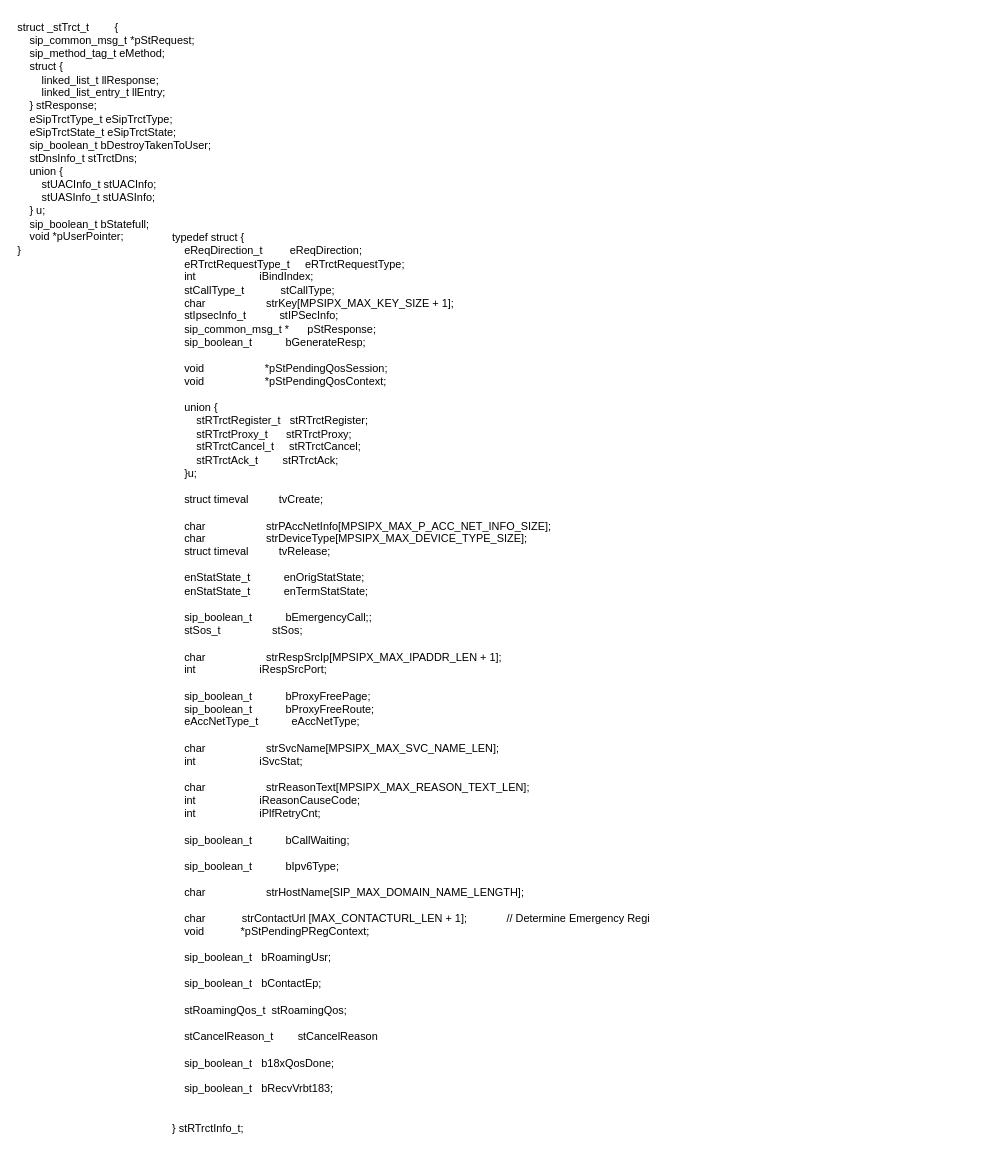
The draw.io diagram 구조체 정리.drawio in JaeHyeon774/NEWTIL, before the edit. Source tidied: cells renumbered, new cells numbered last; positions are measured from the earlier drawing's top-left corner, leaving out a move shared by most shapes. Both pictures are drawn from the tidied source at 91%, with x=0, y=0 at pixel (15, 15).
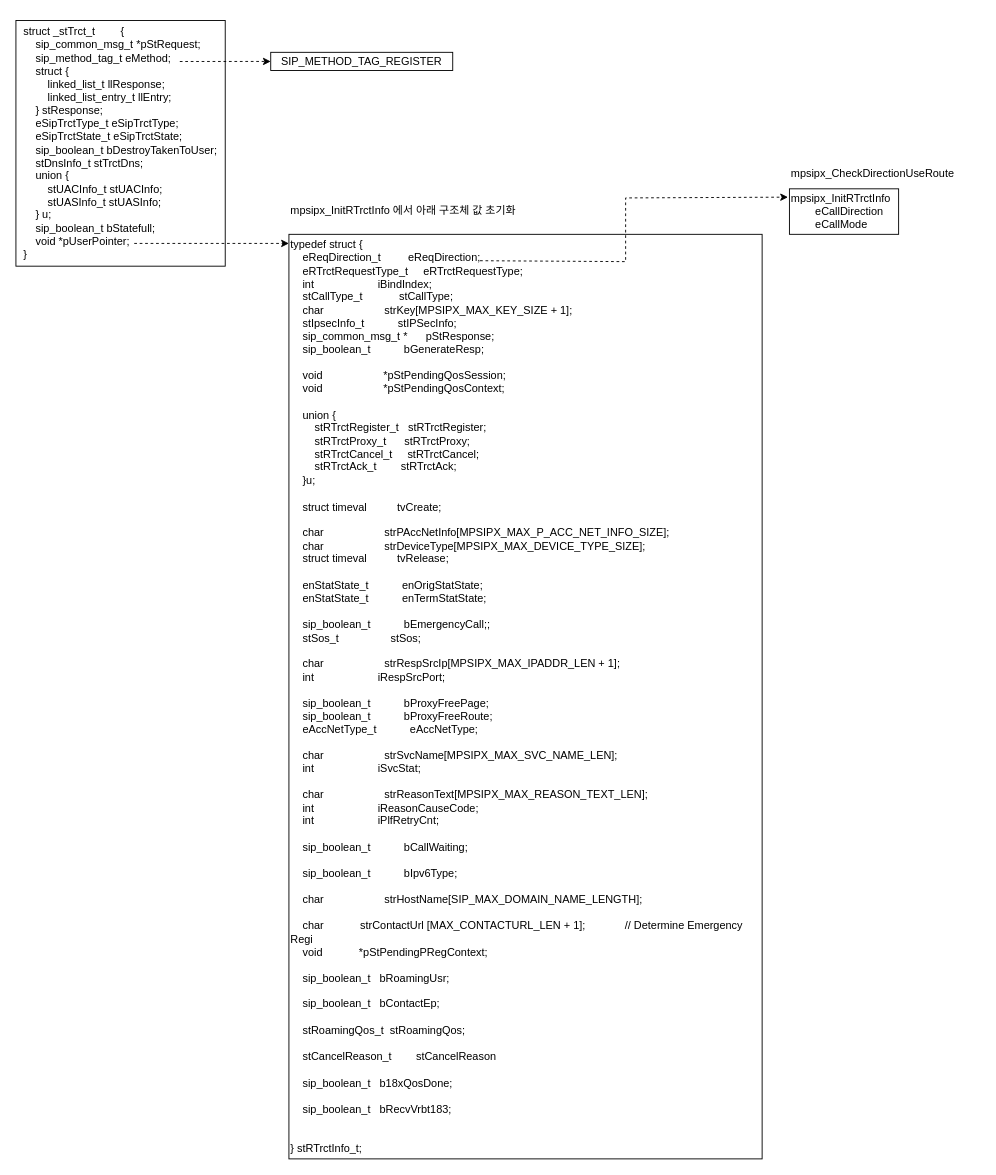
After the change.

Commit message (it also covers changes not shown here):
구조체 정리.drawio 업데이트

Diff of the diagram source:
```diff
@@
 <mxGraphModel>
   <root>
     <mxCell id="0" />
     <mxCell id="1" parent="0" />
+    <mxCell id="3" value="&lt;div style=&quot;text-align: left;&quot;&gt;struct _stTrct_t&lt;span style=&quot;white-space: pre;&quot;&gt;&#9;&lt;/span&gt;{&lt;/div&gt;&lt;div style=&quot;text-align: left;&quot;&gt;&amp;nbsp; &amp;nbsp; sip_common_msg_t *pStRequest;&lt;/div&gt;&lt;div style=&quot;text-align: left;&quot;&gt;&amp;nbsp; &amp;nbsp; sip_method_tag_t eMethod;&lt;/div&gt;&lt;div style=&quot;text-align: left;&quot;&gt;&amp;nbsp; &amp;nbsp; struct {&lt;/div&gt;&lt;div style=&quot;text-align: left;&quot;&gt;&amp;nbsp; &amp;nbsp; &amp;nbsp; &amp;nbsp;&lt;span style=&quot;white-space: pre;&quot;&gt;&#9;&lt;/span&gt;linked_list_t llResponse;&lt;/div&gt;&lt;div style=&quot;text-align: left;&quot;&gt;&amp;nbsp; &amp;nbsp; &amp;nbsp; &amp;nbsp;&lt;span style=&quot;white-space: pre;&quot;&gt;&#9;&lt;/span&gt;linked_list_entry_t llEntry;&lt;/div&gt;&lt;div style=&quot;text-align: left;&quot;&gt;&amp;nbsp; &amp;nbsp; } stResponse;&lt;/div&gt;&lt;div style=&quot;text-align: left;&quot;&gt;&amp;nbsp; &amp;nbsp; eSipTrctType_t eSipTrctType;&lt;/div&gt;&lt;div style=&quot;text-align: left;&quot;&gt;&amp;nbsp; &amp;nbsp; eSipTrctState_t eSipTrctState;&lt;/div&gt;&lt;div style=&quot;text-align: left;&quot;&gt;&amp;nbsp; &amp;nbsp; sip_boolean_t bDestroyTakenToUser;&lt;/div&gt;&lt;div style=&quot;text-align: left;&quot;&gt;&amp;nbsp; &amp;nbsp; stDnsInfo_t stTrctDns;&lt;/div&gt;&lt;div style=&quot;text-align: left;&quot;&gt;&amp;nbsp; &amp;nbsp; union {&lt;/div&gt;&lt;div style=&quot;text-align: left;&quot;&gt;&amp;nbsp; &amp;nbsp; &amp;nbsp; &amp;nbsp;&lt;span style=&quot;white-space: pre;&quot;&gt;&#9;&lt;/span&gt;stUACInfo_t stUACInfo;&lt;/div&gt;&lt;div style=&quot;text-align: left;&quot;&gt;&amp;nbsp; &amp;nbsp; &amp;nbsp; &amp;nbsp;&lt;span style=&quot;white-space: pre;&quot;&gt;&#9;&lt;/span&gt;stUASInfo_t stUASInfo;&lt;/div&gt;&lt;div style=&quot;text-align: left;&quot;&gt;&amp;nbsp; &amp;nbsp; } u;&lt;/div&gt;&lt;div style=&quot;text-align: left;&quot;&gt;&amp;nbsp; &amp;nbsp; sip_boolean_t bStatefull;&lt;/div&gt;&lt;div style=&quot;text-align: left;&quot;&gt;&amp;nbsp; &amp;nbsp; void *pUserPointer;&lt;/div&gt;&lt;div style=&quot;text-align: left;&quot;&gt;}&lt;/div&gt;" style="rounded=0;whiteSpace=wrap;html=1;" parent="1" vertex="1">
+      <mxGeometry y="5" width="230" height="270" as="geometry" />
+    </mxCell>
-    <mxCell id="2" value="typedef struct {&#10;    eReqDirection_t         eReqDirection;&#10;    eRTrctRequestType_t     eRTrctRequestType;&#10;    int                     iBindIndex;&#10;    stCallType_t            stCallType;&#10;    char                    strKey[MPSIPX_MAX_KEY_SIZE + 1];&#10;    stIpsecInfo_t           stIPSecInfo;&#10;    sip_common_msg_t *      pStResponse;&#10;    sip_boolean_t           bGenerateResp;&#10;&#10;    void                    *pStPendingQosSession;&#10;    void                    *pStPendingQosContext;&#10;&#10;    union {&#10;        stRTrctRegister_t   stRTrctRegister;&#10;        stRTrctProxy_t      stRTrctProxy;&#10;        stRTrctCancel_t     stRTrctCancel;&#10;        stRTrctAck_t        stRTrctAck;&#10;    }u;&#10;&#10;    struct timeval          tvCreate;&#10;&#10;    char                    strPAccNetInfo[MPSIPX_MAX_P_ACC_NET_INFO_SIZE];&#10;    char                    strDeviceType[MPSIPX_MAX_DEVICE_TYPE_SIZE];&#10;    struct timeval          tvRelease;&#10;&#10;    enStatState_t           enOrigStatState;&#10;    enStatState_t           enTermStatState;&#10;&#10;    sip_boolean_t           bEmergencyCall;;&#10;    stSos_t                 stSos;&#10;    &#10;    char                    strRespSrcIp[MPSIPX_MAX_IPADDR_LEN + 1];&#10;    int                     iRespSrcPort;     &#10;&#10;    sip_boolean_t           bProxyFreePage;&#10;    sip_boolean_t           bProxyFreeRoute;&#10;    eAccNetType_t           eAccNetType;&#10;&#10;    char                    strSvcName[MPSIPX_MAX_SVC_NAME_LEN];&#10;    int                     iSvcStat;&#10;&#10;    char                    strReasonText[MPSIPX_MAX_REASON_TEXT_LEN];&#10;    int                     iReasonCauseCode;&#10;    int                     iPlfRetryCnt;&#10;&#10;    sip_boolean_t           bCallWaiting;&#10;&#10;    sip_boolean_t           bIpv6Type;&#10;&#10;    char                    strHostName[SIP_MAX_DOMAIN_NAME_LENGTH];&#10;&#10;    char            strContactUrl [MAX_CONTACTURL_LEN + 1];             // Determine Emergency Regi &#10;    void            *pStPendingPRegContext;&#10;&#10;    sip_boolean_t   bRoamingUsr;&#10;&#10;    sip_boolean_t   bContactEp;&#10;&#10;    stRoamingQos_t  stRoamingQos;&#10;&#10;    stCancelReason_t        stCancelReason&#10;&#10;    sip_boolean_t   b18xQosDone;&#10;&#10;    sip_boolean_t   bRecvVrbt183;&#10;&#10;&#10;} stRTrctInfo_t;" style="text;whiteSpace=wrap;fontStyle=0;" parent="1" vertex="1">
-      <mxGeometry x="170" y="230" width="580" height="1010" as="geometry" />
+    <mxCell id="2" value="&lt;span style=&quot;&quot;&gt;typedef struct {&lt;/span&gt;&lt;br style=&quot;padding: 0px; margin: 0px;&quot;&gt;&lt;span style=&quot;&quot;&gt;&amp;nbsp; &amp;nbsp; eReqDirection_t&amp;nbsp; &amp;nbsp; &amp;nbsp; &amp;nbsp; &amp;nbsp;eReqDirection;&lt;/span&gt;&lt;br style=&quot;padding: 0px; margin: 0px;&quot;&gt;&lt;span style=&quot;&quot;&gt;&amp;nbsp; &amp;nbsp; eRTrctRequestType_t&amp;nbsp; &amp;nbsp; &amp;nbsp;eRTrctRequestType;&lt;/span&gt;&lt;br style=&quot;padding: 0px; margin: 0px;&quot;&gt;&lt;span style=&quot;&quot;&gt;&amp;nbsp; &amp;nbsp; int&amp;nbsp; &amp;nbsp; &amp;nbsp; &amp;nbsp; &amp;nbsp; &amp;nbsp; &amp;nbsp; &amp;nbsp; &amp;nbsp; &amp;nbsp; &amp;nbsp;iBindIndex;&lt;/span&gt;&lt;br style=&quot;padding: 0px; margin: 0px;&quot;&gt;&lt;span style=&quot;&quot;&gt;&amp;nbsp; &amp;nbsp; stCallType_t&amp;nbsp; &amp;nbsp; &amp;nbsp; &amp;nbsp; &amp;nbsp; &amp;nbsp; stCallType;&lt;/span&gt;&lt;br style=&quot;padding: 0px; margin: 0px;&quot;&gt;&lt;span style=&quot;&quot;&gt;&amp;nbsp; &amp;nbsp; char&amp;nbsp; &amp;nbsp; &amp;nbsp; &amp;nbsp; &amp;nbsp; &amp;nbsp; &amp;nbsp; &amp;nbsp; &amp;nbsp; &amp;nbsp; strKey[MPSIPX_MAX_KEY_SIZE + 1];&lt;/span&gt;&lt;br style=&quot;padding: 0px; margin: 0px;&quot;&gt;&lt;span style=&quot;&quot;&gt;&amp;nbsp; &amp;nbsp; stIpsecInfo_t&amp;nbsp; &amp;nbsp; &amp;nbsp; &amp;nbsp; &amp;nbsp; &amp;nbsp;stIPSecInfo;&lt;/span&gt;&lt;br style=&quot;padding: 0px; margin: 0px;&quot;&gt;&lt;span style=&quot;&quot;&gt;&amp;nbsp; &amp;nbsp; sip_common_msg_t *&amp;nbsp; &amp;nbsp; &amp;nbsp; pStResponse;&lt;/span&gt;&lt;br style=&quot;padding: 0px; margin: 0px;&quot;&gt;&lt;span style=&quot;&quot;&gt;&amp;nbsp; &amp;nbsp; sip_boolean_t&amp;nbsp; &amp;nbsp; &amp;nbsp; &amp;nbsp; &amp;nbsp; &amp;nbsp;bGenerateResp;&lt;/span&gt;&lt;br style=&quot;padding: 0px; margin: 0px;&quot;&gt;&lt;br style=&quot;padding: 0px; margin: 0px;&quot;&gt;&lt;span style=&quot;&quot;&gt;&amp;nbsp; &amp;nbsp; void&amp;nbsp; &amp;nbsp; &amp;nbsp; &amp;nbsp; &amp;nbsp; &amp;nbsp; &amp;nbsp; &amp;nbsp; &amp;nbsp; &amp;nbsp; *pStPendingQosSession;&lt;/span&gt;&lt;br style=&quot;padding: 0px; margin: 0px;&quot;&gt;&lt;span style=&quot;&quot;&gt;&amp;nbsp; &amp;nbsp; void&amp;nbsp; &amp;nbsp; &amp;nbsp; &amp;nbsp; &amp;nbsp; &amp;nbsp; &amp;nbsp; &amp;nbsp; &amp;nbsp; &amp;nbsp; *pStPendingQosContext;&lt;/span&gt;&lt;br style=&quot;padding: 0px; margin: 0px;&quot;&gt;&lt;br style=&quot;padding: 0px; margin: 0px;&quot;&gt;&lt;span style=&quot;&quot;&gt;&amp;nbsp; &amp;nbsp; union {&lt;/span&gt;&lt;br style=&quot;padding: 0px; margin: 0px;&quot;&gt;&lt;span style=&quot;&quot;&gt;&amp;nbsp; &amp;nbsp; &amp;nbsp; &amp;nbsp; stRTrctRegister_t&amp;nbsp; &amp;nbsp;stRTrctRegister;&lt;/span&gt;&lt;br style=&quot;padding: 0px; margin: 0px;&quot;&gt;&lt;span style=&quot;&quot;&gt;&amp;nbsp; &amp;nbsp; &amp;nbsp; &amp;nbsp; stRTrctProxy_t&amp;nbsp; &amp;nbsp; &amp;nbsp; stRTrctProxy;&lt;/span&gt;&lt;br style=&quot;padding: 0px; margin: 0px;&quot;&gt;&lt;span style=&quot;&quot;&gt;&amp;nbsp; &amp;nbsp; &amp;nbsp; &amp;nbsp; stRTrctCancel_t&amp;nbsp; &amp;nbsp; &amp;nbsp;stRTrctCancel;&lt;/span&gt;&lt;br style=&quot;padding: 0px; margin: 0px;&quot;&gt;&lt;span style=&quot;&quot;&gt;&amp;nbsp; &amp;nbsp; &amp;nbsp; &amp;nbsp; stRTrctAck_t&amp;nbsp; &amp;nbsp; &amp;nbsp; &amp;nbsp; stRTrctAck;&lt;/span&gt;&lt;br style=&quot;padding: 0px; margin: 0px;&quot;&gt;&lt;span style=&quot;&quot;&gt;&amp;nbsp; &amp;nbsp; }u;&lt;/span&gt;&lt;br style=&quot;padding: 0px; margin: 0px;&quot;&gt;&lt;br style=&quot;padding: 0px; margin: 0px;&quot;&gt;&lt;span style=&quot;&quot;&gt;&amp;nbsp; &amp;nbsp; struct timeval&amp;nbsp; &amp;nbsp; &amp;nbsp; &amp;nbsp; &amp;nbsp; tvCreate;&lt;/span&gt;&lt;br style=&quot;padding: 0px; margin: 0px;&quot;&gt;&lt;br style=&quot;padding: 0px; margin: 0px;&quot;&gt;&lt;span style=&quot;&quot;&gt;&amp;nbsp; &amp;nbsp; char&amp;nbsp; &amp;nbsp; &amp;nbsp; &amp;nbsp; &amp;nbsp; &amp;nbsp; &amp;nbsp; &amp;nbsp; &amp;nbsp; &amp;nbsp; strPAccNetInfo[MPSIPX_MAX_P_ACC_NET_INFO_SIZE];&lt;/span&gt;&lt;br style=&quot;padding: 0px; margin: 0px;&quot;&gt;&lt;span style=&quot;&quot;&gt;&amp;nbsp; &amp;nbsp; char&amp;nbsp; &amp;nbsp; &amp;nbsp; &amp;nbsp; &amp;nbsp; &amp;nbsp; &amp;nbsp; &amp;nbsp; &amp;nbsp; &amp;nbsp; strDeviceType[MPSIPX_MAX_DEVICE_TYPE_SIZE];&lt;/span&gt;&lt;br style=&quot;padding: 0px; margin: 0px;&quot;&gt;&lt;span style=&quot;&quot;&gt;&amp;nbsp; &amp;nbsp; struct timeval&amp;nbsp; &amp;nbsp; &amp;nbsp; &amp;nbsp; &amp;nbsp; tvRelease;&lt;/span&gt;&lt;br style=&quot;padding: 0px; margin: 0px;&quot;&gt;&lt;br style=&quot;padding: 0px; margin: 0px;&quot;&gt;&lt;span style=&quot;&quot;&gt;&amp;nbsp; &amp;nbsp; enStatState_t&amp;nbsp; &amp;nbsp; &amp;nbsp; &amp;nbsp; &amp;nbsp; &amp;nbsp;enOrigStatState;&lt;/span&gt;&lt;br style=&quot;padding: 0px; margin: 0px;&quot;&gt;&lt;span style=&quot;&quot;&gt;&amp;nbsp; &amp;nbsp; enStatState_t&amp;nbsp; &amp;nbsp; &amp;nbsp; &amp;nbsp; &amp;nbsp; &amp;nbsp;enTermStatState;&lt;/span&gt;&lt;br style=&quot;padding: 0px; margin: 0px;&quot;&gt;&lt;br style=&quot;padding: 0px; margin: 0px;&quot;&gt;&lt;span style=&quot;&quot;&gt;&amp;nbsp; &amp;nbsp; sip_boolean_t&amp;nbsp; &amp;nbsp; &amp;nbsp; &amp;nbsp; &amp;nbsp; &amp;nbsp;bEmergencyCall;;&lt;/span&gt;&lt;br style=&quot;padding: 0px; margin: 0px;&quot;&gt;&lt;span style=&quot;&quot;&gt;&amp;nbsp; &amp;nbsp; stSos_t&amp;nbsp; &amp;nbsp; &amp;nbsp; &amp;nbsp; &amp;nbsp; &amp;nbsp; &amp;nbsp; &amp;nbsp; &amp;nbsp;stSos;&lt;/span&gt;&lt;br style=&quot;padding: 0px; margin: 0px;&quot;&gt;&lt;span style=&quot;&quot;&gt;&amp;nbsp; &amp;nbsp;&amp;nbsp;&lt;/span&gt;&lt;br style=&quot;padding: 0px; margin: 0px;&quot;&gt;&lt;span style=&quot;&quot;&gt;&amp;nbsp; &amp;nbsp; char&amp;nbsp; &amp;nbsp; &amp;nbsp; &amp;nbsp; &amp;nbsp; &amp;nbsp; &amp;nbsp; &amp;nbsp; &amp;nbsp; &amp;nbsp; strRespSrcIp[MPSIPX_MAX_IPADDR_LEN + 1];&lt;/span&gt;&lt;br style=&quot;padding: 0px; margin: 0px;&quot;&gt;&lt;span style=&quot;&quot;&gt;&amp;nbsp; &amp;nbsp; int&amp;nbsp; &amp;nbsp; &amp;nbsp; &amp;nbsp; &amp;nbsp; &amp;nbsp; &amp;nbsp; &amp;nbsp; &amp;nbsp; &amp;nbsp; &amp;nbsp;iRespSrcPort;&amp;nbsp; &amp;nbsp; &amp;nbsp;&lt;/span&gt;&lt;br style=&quot;padding: 0px; margin: 0px;&quot;&gt;&lt;br style=&quot;padding: 0px; margin: 0px;&quot;&gt;&lt;span style=&quot;&quot;&gt;&amp;nbsp; &amp;nbsp; sip_boolean_t&amp;nbsp; &amp;nbsp; &amp;nbsp; &amp;nbsp; &amp;nbsp; &amp;nbsp;bProxyFreePage;&lt;/span&gt;&lt;br style=&quot;padding: 0px; margin: 0px;&quot;&gt;&lt;span style=&quot;&quot;&gt;&amp;nbsp; &amp;nbsp; sip_boolean_t&amp;nbsp; &amp;nbsp; &amp;nbsp; &amp;nbsp; &amp;nbsp; &amp;nbsp;bProxyFreeRoute;&lt;/span&gt;&lt;br style=&quot;padding: 0px; margin: 0px;&quot;&gt;&lt;span style=&quot;&quot;&gt;&amp;nbsp; &amp;nbsp; eAccNetType_t&amp;nbsp; &amp;nbsp; &amp;nbsp; &amp;nbsp; &amp;nbsp; &amp;nbsp;eAccNetType;&lt;/span&gt;&lt;br style=&quot;padding: 0px; margin: 0px;&quot;&gt;&lt;br style=&quot;padding: 0px; margin: 0px;&quot;&gt;&lt;span style=&quot;&quot;&gt;&amp;nbsp; &amp;nbsp; char&amp;nbsp; &amp;nbsp; &amp;nbsp; &amp;nbsp; &amp;nbsp; &amp;nbsp; &amp;nbsp; &amp;nbsp; &amp;nbsp; &amp;nbsp; strSvcName[MPSIPX_MAX_SVC_NAME_LEN];&lt;/span&gt;&lt;br style=&quot;padding: 0px; margin: 0px;&quot;&gt;&lt;span style=&quot;&quot;&gt;&amp;nbsp; &amp;nbsp; int&amp;nbsp; &amp;nbsp; &amp;nbsp; &amp;nbsp; &amp;nbsp; &amp;nbsp; &amp;nbsp; &amp;nbsp; &amp;nbsp; &amp;nbsp; &amp;nbsp;iSvcStat;&lt;/span&gt;&lt;br style=&quot;padding: 0px; margin: 0px;&quot;&gt;&lt;br style=&quot;padding: 0px; margin: 0px;&quot;&gt;&lt;span style=&quot;&quot;&gt;&amp;nbsp; &amp;nbsp; char&amp;nbsp; &amp;nbsp; &amp;nbsp; &amp;nbsp; &amp;nbsp; &amp;nbsp; &amp;nbsp; &amp;nbsp; &amp;nbsp; &amp;nbsp; strReasonText[MPSIPX_MAX_REASON_TEXT_LEN];&lt;/span&gt;&lt;br style=&quot;padding: 0px; margin: 0px;&quot;&gt;&lt;span style=&quot;&quot;&gt;&amp;nbsp; &amp;nbsp; int&amp;nbsp; &amp;nbsp; &amp;nbsp; &amp;nbsp; &amp;nbsp; &amp;nbsp; &amp;nbsp; &amp;nbsp; &amp;nbsp; &amp;nbsp; &amp;nbsp;iReasonCauseCode;&lt;/span&gt;&lt;br style=&quot;padding: 0px; margin: 0px;&quot;&gt;&lt;span style=&quot;&quot;&gt;&amp;nbsp; &amp;nbsp; int&amp;nbsp; &amp;nbsp; &amp;nbsp; &amp;nbsp; &amp;nbsp; &amp;nbsp; &amp;nbsp; &amp;nbsp; &amp;nbsp; &amp;nbsp; &amp;nbsp;iPlfRetryCnt;&lt;/span&gt;&lt;br style=&quot;padding: 0px; margin: 0px;&quot;&gt;&lt;br style=&quot;padding: 0px; margin: 0px;&quot;&gt;&lt;span style=&quot;&quot;&gt;&amp;nbsp; &amp;nbsp; sip_boolean_t&amp;nbsp; &amp;nbsp; &amp;nbsp; &amp;nbsp; &amp;nbsp; &amp;nbsp;bCallWaiting;&lt;/span&gt;&lt;br style=&quot;padding: 0px; margin: 0px;&quot;&gt;&lt;br style=&quot;padding: 0px; margin: 0px;&quot;&gt;&lt;span style=&quot;&quot;&gt;&amp;nbsp; &amp;nbsp; sip_boolean_t&amp;nbsp; &amp;nbsp; &amp;nbsp; &amp;nbsp; &amp;nbsp; &amp;nbsp;bIpv6Type;&lt;/span&gt;&lt;br style=&quot;padding: 0px; margin: 0px;&quot;&gt;&lt;br style=&quot;padding: 0px; margin: 0px;&quot;&gt;&lt;span style=&quot;&quot;&gt;&amp;nbsp; &amp;nbsp; char&amp;nbsp; &amp;nbsp; &amp;nbsp; &amp;nbsp; &amp;nbsp; &amp;nbsp; &amp;nbsp; &amp;nbsp; &amp;nbsp; &amp;nbsp; strHostName[SIP_MAX_DOMAIN_NAME_LENGTH];&lt;/span&gt;&lt;br style=&quot;padding: 0px; margin: 0px;&quot;&gt;&lt;br style=&quot;padding: 0px; margin: 0px;&quot;&gt;&lt;span style=&quot;&quot;&gt;&amp;nbsp; &amp;nbsp; char&amp;nbsp; &amp;nbsp; &amp;nbsp; &amp;nbsp; &amp;nbsp; &amp;nbsp; strContactUrl [MAX_CONTACTURL_LEN + 1];&amp;nbsp; &amp;nbsp; &amp;nbsp; &amp;nbsp; &amp;nbsp; &amp;nbsp; &amp;nbsp;// Determine Emergency Regi&amp;nbsp;&lt;/span&gt;&lt;br style=&quot;padding: 0px; margin: 0px;&quot;&gt;&lt;span style=&quot;&quot;&gt;&amp;nbsp; &amp;nbsp; void&amp;nbsp; &amp;nbsp; &amp;nbsp; &amp;nbsp; &amp;nbsp; &amp;nbsp; *pStPendingPRegContext;&lt;/span&gt;&lt;br style=&quot;padding: 0px; margin: 0px;&quot;&gt;&lt;br style=&quot;padding: 0px; margin: 0px;&quot;&gt;&lt;span style=&quot;&quot;&gt;&amp;nbsp; &amp;nbsp; sip_boolean_t&amp;nbsp; &amp;nbsp;bRoamingUsr;&lt;/span&gt;&lt;br style=&quot;padding: 0px; margin: 0px;&quot;&gt;&lt;br style=&quot;padding: 0px; margin: 0px;&quot;&gt;&lt;span style=&quot;&quot;&gt;&amp;nbsp; &amp;nbsp; sip_boolean_t&amp;nbsp; &amp;nbsp;bContactEp;&lt;/span&gt;&lt;br style=&quot;padding: 0px; margin: 0px;&quot;&gt;&lt;br style=&quot;padding: 0px; margin: 0px;&quot;&gt;&lt;span style=&quot;&quot;&gt;&amp;nbsp; &amp;nbsp; stRoamingQos_t&amp;nbsp; stRoamingQos;&lt;/span&gt;&lt;br style=&quot;padding: 0px; margin: 0px;&quot;&gt;&lt;br style=&quot;padding: 0px; margin: 0px;&quot;&gt;&lt;span style=&quot;&quot;&gt;&amp;nbsp; &amp;nbsp; stCancelReason_t&amp;nbsp; &amp;nbsp; &amp;nbsp; &amp;nbsp; stCancelReason&lt;/span&gt;&lt;br style=&quot;padding: 0px; margin: 0px;&quot;&gt;&lt;br style=&quot;padding: 0px; margin: 0px;&quot;&gt;&lt;span style=&quot;&quot;&gt;&amp;nbsp; &amp;nbsp; sip_boolean_t&amp;nbsp; &amp;nbsp;b18xQosDone;&lt;/span&gt;&lt;br style=&quot;padding: 0px; margin: 0px;&quot;&gt;&lt;br style=&quot;padding: 0px; margin: 0px;&quot;&gt;&lt;span style=&quot;&quot;&gt;&amp;nbsp; &amp;nbsp; sip_boolean_t&amp;nbsp; &amp;nbsp;bRecvVrbt183;&lt;/span&gt;&lt;br style=&quot;padding: 0px; margin: 0px;&quot;&gt;&lt;br style=&quot;padding: 0px; margin: 0px;&quot;&gt;&lt;br style=&quot;padding: 0px; margin: 0px;&quot;&gt;&lt;span style=&quot;&quot;&gt;} stRTrctInfo_t;&lt;/span&gt;" style="rounded=0;whiteSpace=wrap;html=1;align=left;" parent="1" vertex="1">
+      <mxGeometry x="300" y="240" width="520" height="1016" as="geometry" />
     </mxCell>
-    <mxCell id="3" value="&lt;div&gt;struct _stTrct_t&lt;span style=&quot;white-space:pre&quot;&gt;&#9;&lt;/span&gt;{&lt;/div&gt;&lt;div&gt;&amp;nbsp; &amp;nbsp; sip_common_msg_t *pStRequest;&lt;/div&gt;&lt;div&gt;&amp;nbsp; &amp;nbsp; sip_method_tag_t eMethod;&lt;/div&gt;&lt;div&gt;&amp;nbsp; &amp;nbsp; struct {&lt;/div&gt;&lt;div&gt;&amp;nbsp; &amp;nbsp; &amp;nbsp; &amp;nbsp;&lt;span style=&quot;white-space:pre&quot;&gt;&#9;&lt;/span&gt;linked_list_t llResponse;&lt;/div&gt;&lt;div&gt;&amp;nbsp; &amp;nbsp; &amp;nbsp; &amp;nbsp;&lt;span style=&quot;white-space:pre&quot;&gt;&#9;&lt;/span&gt;linked_list_entry_t llEntry;&lt;/div&gt;&lt;div&gt;&amp;nbsp; &amp;nbsp; } stResponse;&lt;/div&gt;&lt;div&gt;&amp;nbsp; &amp;nbsp; eSipTrctType_t eSipTrctType;&lt;/div&gt;&lt;div&gt;&amp;nbsp; &amp;nbsp; eSipTrctState_t eSipTrctState;&lt;/div&gt;&lt;div&gt;&amp;nbsp; &amp;nbsp; sip_boolean_t bDestroyTakenToUser;&lt;/div&gt;&lt;div&gt;&amp;nbsp; &amp;nbsp; stDnsInfo_t stTrctDns;&lt;/div&gt;&lt;div&gt;&amp;nbsp; &amp;nbsp; union {&lt;/div&gt;&lt;div&gt;&amp;nbsp; &amp;nbsp; &amp;nbsp; &amp;nbsp;&lt;span style=&quot;white-space:pre&quot;&gt;&#9;&lt;/span&gt;stUACInfo_t stUACInfo;&lt;/div&gt;&lt;div&gt;&amp;nbsp; &amp;nbsp; &amp;nbsp; &amp;nbsp;&lt;span style=&quot;white-space:pre&quot;&gt;&#9;&lt;/span&gt;stUASInfo_t stUASInfo;&lt;/div&gt;&lt;div&gt;&amp;nbsp; &amp;nbsp; } u;&lt;/div&gt;&lt;div&gt;&amp;nbsp; &amp;nbsp; sip_boolean_t bStatefull;&lt;/div&gt;&lt;div&gt;&amp;nbsp; &amp;nbsp; void *pUserPointer;&lt;/div&gt;&lt;div&gt;}&lt;/div&gt;" style="text;html=1;align=left;verticalAlign=middle;whiteSpace=wrap;rounded=0;" parent="1" vertex="1">
-      <mxGeometry width="230" height="270" as="geometry" />
-    </mxCell>
+    <mxCell id="4" style="endArrow=classic;html=1;rounded=0;dashed=1;" parent="1" edge="1">
+      <mxGeometry relative="1" as="geometry">
+        <mxPoint x="130" y="250" as="sourcePoint" />
+        <mxPoint x="300" y="250" as="targetPoint" />
+      </mxGeometry>
+    </mxCell>
+    <mxCell id="5" value="mpsipx_InitRTrctInfo 에서 아래 구조체 값 초기화" style="text;whiteSpace=wrap;" parent="1" vertex="1">
+      <mxGeometry x="300" y="200" width="280" height="30" as="geometry" />
+    </mxCell>
+    <mxCell id="6" value="mpsipx_InitRTrctInfo&lt;div&gt;&lt;span style=&quot;white-space: pre;&quot;&gt;&#9;&lt;/span&gt;&lt;span style=&quot;background-color: initial;&quot;&gt;eCallDirection&lt;/span&gt;&lt;br&gt;&lt;/div&gt;&lt;div&gt;&lt;span style=&quot;background-color: initial;&quot;&gt;&lt;span style=&quot;white-space: pre;&quot;&gt;&#9;&lt;/span&gt;&lt;/span&gt;&lt;span style=&quot;background-color: initial;&quot;&gt;eCallMode&lt;/span&gt;&lt;/div&gt;" style="rounded=0;whiteSpace=wrap;html=1;align=left;" parent="1" vertex="1">
+      <mxGeometry x="850" y="190" width="120" height="50" as="geometry" />
+    </mxCell>
+    <mxCell id="7" style="endArrow=classic;html=1;rounded=0;entryX=-0.013;entryY=0.183;entryDx=0;entryDy=0;entryPerimeter=0;dashed=1;" parent="1" edge="1" target="6">
+      <mxGeometry relative="1" as="geometry">
+        <mxPoint x="510" y="269" as="sourcePoint" />
+        <Array as="points">
+          <mxPoint x="670" y="270" />
+          <mxPoint x="670" y="200" />
+        </Array>
+      </mxGeometry>
+    </mxCell>
+    <mxCell id="8" value="mpsipx_CheckDirectionUseRoute" style="text;whiteSpace=wrap;" parent="1" vertex="1">
+      <mxGeometry x="850" y="160" width="210" height="20" as="geometry" />
+    </mxCell>
+    <mxCell id="9" style="endArrow=classic;html=1;rounded=0;exitX=0.783;exitY=0.167;exitDx=0;exitDy=0;exitPerimeter=0;dashed=1;" parent="1" edge="1" source="3">
+      <mxGeometry relative="1" as="geometry">
+        <mxPoint x="280" y="50" as="targetPoint" />
+      </mxGeometry>
+    </mxCell>
+    <mxCell id="10" value="SIP_METHOD_TAG_REGISTER" style="rounded=0;whiteSpace=wrap;html=1;" parent="1" vertex="1">
+      <mxGeometry x="280" y="40" width="200" height="20" as="geometry" />
+    </mxCell>
   </root>
 </mxGraphModel>
```
